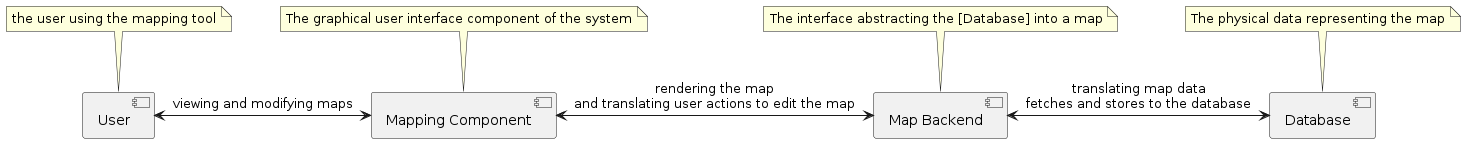
This is diagrams/Context_Diagram.png from mapper1024/mapper1024, a PlantUML export, as it was before one commit.
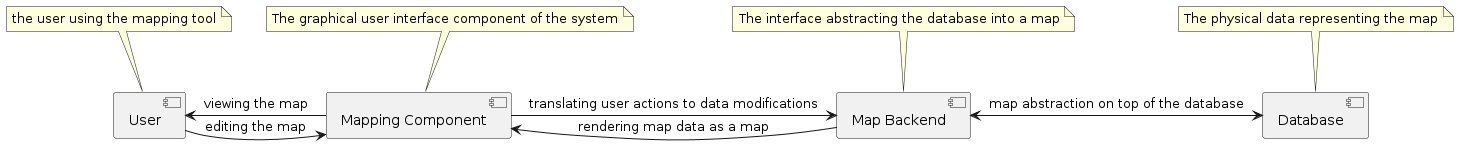
The same diagram one commit later.

Commit message:
Better context diagram.

What changed in the source:
```diff
@@ -1,7 +1,9 @@
 @startuml
-[User] <-> [Mapping Component] : viewing and modifying maps
-[Mapping Component] <-> [Map Backend] : rendering the map\nand translating user actions to edit the map
-[Map Backend] <-> [Database] : translating map data\nfetches and stores to the database
+[User] <- [Mapping Component] : viewing the map
+[User] -> [Mapping Component] : editing the map
+[Mapping Component] <- [Map Backend] : rendering map data as a map
+[Mapping Component] -> [Map Backend] : translating user actions to data modifications
+[Map Backend] <-> [Database] : map abstraction on top of the database
 
 note top of User
 	the user using the mapping tool
@@ -12,7 +14,7 @@
 end note
 
 note top of [Map Backend]
-	The interface abstracting the [Database] into a map
+	The interface abstracting the database into a map
 end note
 
 note top of Database
```
